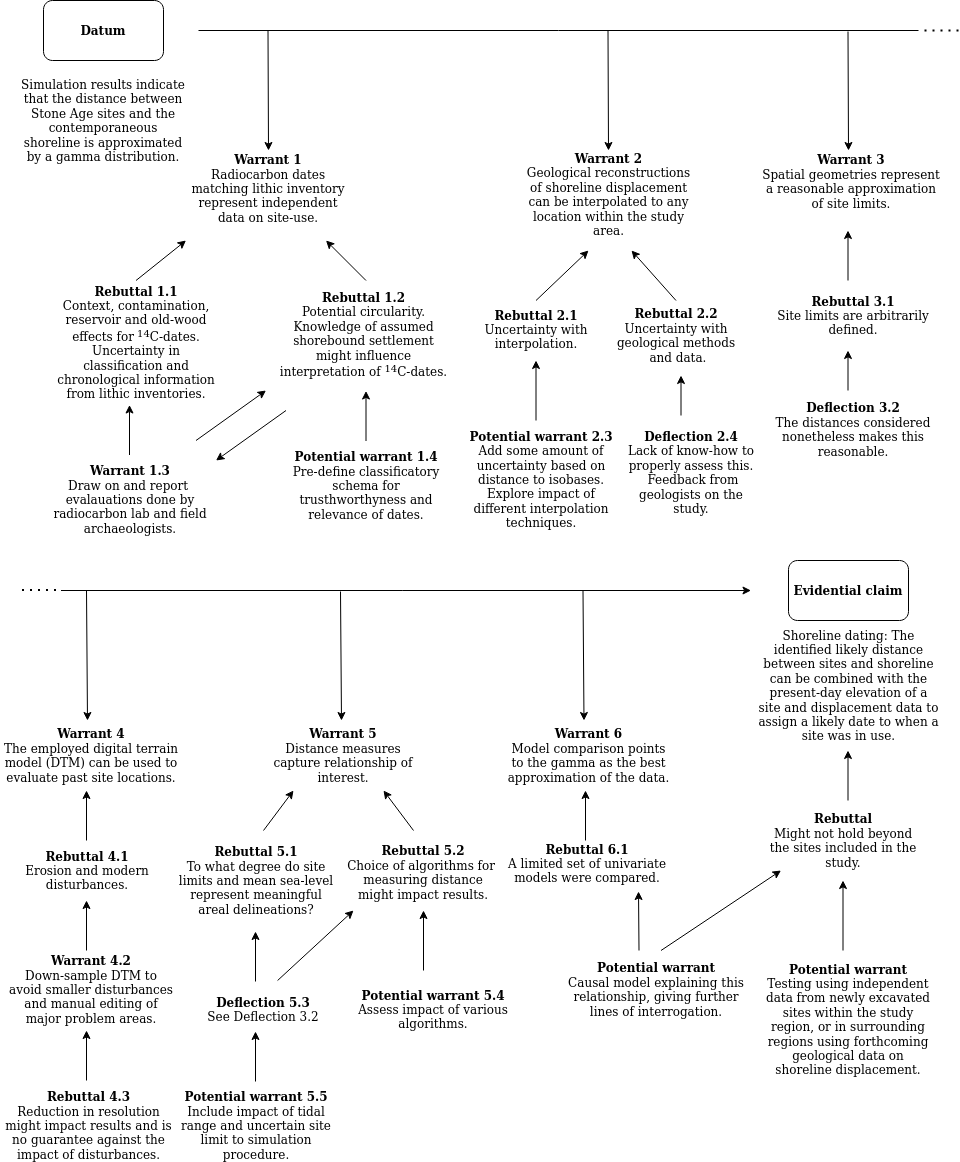
Before: figures/toulmin_p1.png, a diagram exported from draw.io (isakro/thesis). Source tidied: cells renumbered, new cells last; positions are measured from the earlier drawing's top-left corner, leaving out a move shared by most shapes.
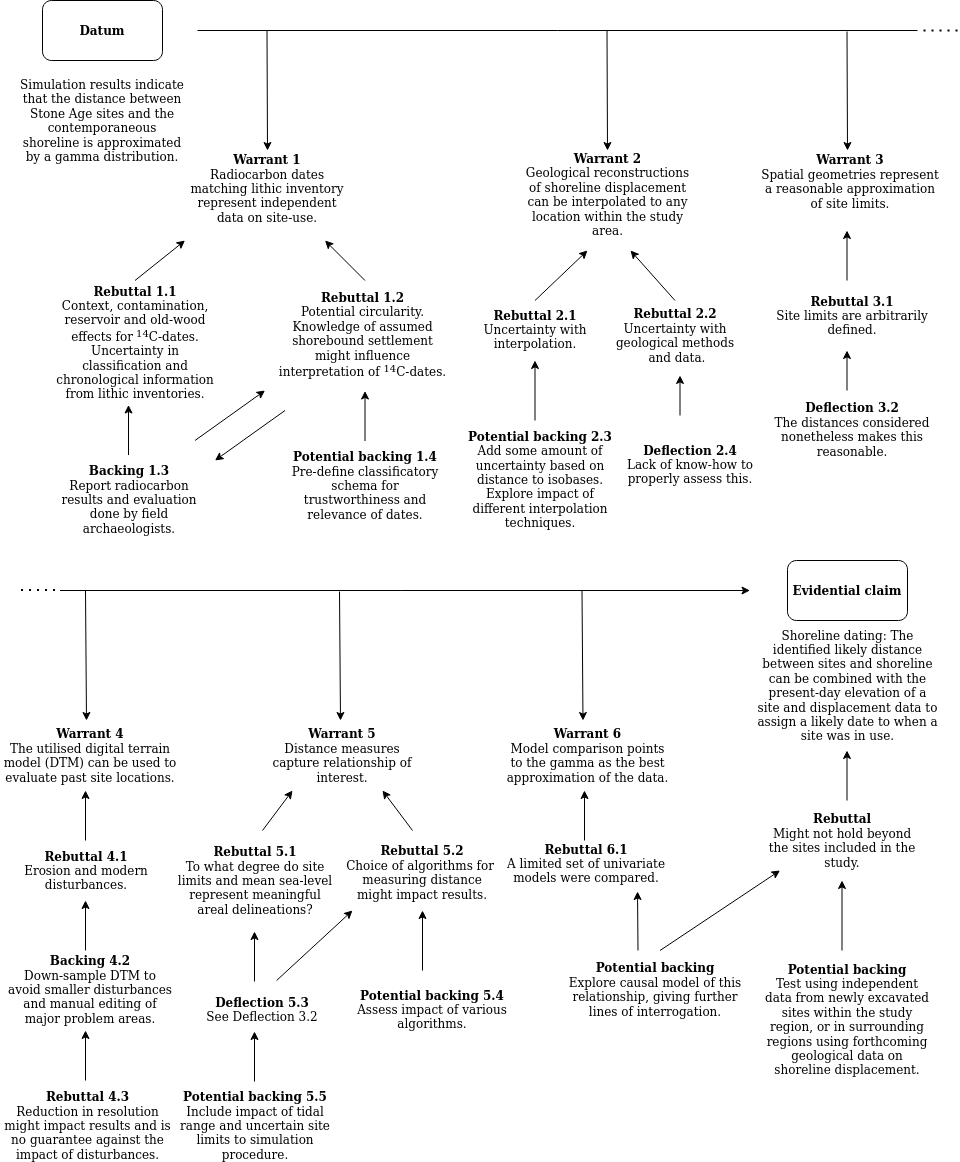
Above is the later version.

Change to the diagram source:
```diff
@@ -26,7 +26,7 @@
     <mxCell id="8" value="&lt;div&gt;&lt;b&gt;Warrant 3&lt;br&gt;&lt;/b&gt;&lt;/div&gt;&lt;div&gt;Spatial geometries represent a reasonable approximation of site limits.&lt;br&gt;&lt;/div&gt;" style="text;html=1;strokeColor=none;fillColor=none;align=center;verticalAlign=middle;whiteSpace=wrap;rounded=0;" parent="1" vertex="1">
       <mxGeometry x="760.5" y="156" width="180" height="50" as="geometry" />
     </mxCell>
-    <mxCell id="9" value="&lt;div&gt;&lt;b&gt;Warrant 4&lt;br&gt;&lt;/b&gt;&lt;/div&gt;&lt;div&gt;The employed digital terrain model (DTM) can be used to evaluate past site locations.&lt;/div&gt;" style="text;html=1;strokeColor=none;fillColor=none;align=center;verticalAlign=middle;whiteSpace=wrap;rounded=0;" parent="1" vertex="1">
+    <mxCell id="9" value="&lt;div&gt;&lt;b&gt;Warrant 4&lt;br&gt;&lt;/b&gt;&lt;/div&gt;&lt;div&gt;The utilised digital terrain model (DTM) can be used to evaluate past site locations.&lt;/div&gt;" style="text;html=1;strokeColor=none;fillColor=none;align=center;verticalAlign=middle;whiteSpace=wrap;rounded=0;" parent="1" vertex="1">
       <mxGeometry x="0.5" y="730" width="180" height="50" as="geometry" />
     </mxCell>
     <mxCell id="10" style="endArrow=classic;html=1;rounded=0;" parent="1" edge="1">
@@ -41,7 +41,7 @@
     <mxCell id="12" value="&lt;b&gt;Rebuttal 3.1&lt;br&gt;&lt;/b&gt;&lt;div&gt;Site limits are arbitrarily defined.&lt;br&gt;&lt;/div&gt;" style="text;html=1;strokeColor=none;fillColor=none;align=center;verticalAlign=middle;whiteSpace=wrap;rounded=0;" parent="1" vertex="1">
       <mxGeometry x="773" y="290" width="160" height="50" as="geometry" />
     </mxCell>
-    <mxCell id="13" value="&lt;b&gt;Warrant 1.3&lt;br&gt;&lt;/b&gt;&lt;div&gt;Draw on and report&amp;nbsp; evalauations done by radiocarbon lab and field archaeologists.&lt;/div&gt;" style="text;html=1;strokeColor=none;fillColor=none;align=center;verticalAlign=middle;whiteSpace=wrap;rounded=0;" parent="1" vertex="1">
+    <mxCell id="13" value="&lt;b&gt;Backing 1.3&lt;br&gt;&lt;/b&gt;&lt;div&gt;Report radiocarbon results and evaluation done by field archaeologists.&lt;/div&gt;" style="text;html=1;strokeColor=none;fillColor=none;align=center;verticalAlign=middle;whiteSpace=wrap;rounded=0;" parent="1" vertex="1">
       <mxGeometry x="49.5" y="474" width="160" height="50" as="geometry" />
     </mxCell>
     <mxCell id="14" value="Shoreline dating: The identified likely distance between sites and shoreline can be combined with the present-day elevation of a site and displacement data to assign a likely date to when a site was in use." style="text;html=1;strokeColor=none;fillColor=none;align=center;verticalAlign=middle;whiteSpace=wrap;rounded=0;" parent="1" vertex="1">
@@ -59,7 +59,7 @@
     <mxCell id="17" value="&lt;b&gt;Deflection 3.2&lt;br&gt;&lt;/b&gt;&lt;div&gt;The distances considered nonetheless makes this reasonable.&lt;/div&gt;" style="text;html=1;strokeColor=none;fillColor=none;align=center;verticalAlign=middle;whiteSpace=wrap;rounded=0;" parent="1" vertex="1">
       <mxGeometry x="773" y="404" width="160" height="50" as="geometry" />
     </mxCell>
-    <mxCell id="18" value="&lt;div&gt;&lt;b&gt;Potential warrant&lt;/b&gt;&lt;/div&gt;&lt;div&gt;Causal model explaining this relationship, giving further lines of interrogation. &lt;br&gt;&lt;/div&gt;" style="text;html=1;strokeColor=none;fillColor=none;align=center;verticalAlign=middle;whiteSpace=wrap;rounded=0;" parent="1" vertex="1">
+    <mxCell id="18" value="&lt;div&gt;&lt;b&gt;Potential backing&lt;/b&gt;&lt;/div&gt;&lt;div&gt;Explore causal model of this relationship, giving further lines of interrogation. &lt;br&gt;&lt;/div&gt;" style="text;html=1;strokeColor=none;fillColor=none;align=center;verticalAlign=middle;whiteSpace=wrap;rounded=0;" parent="1" vertex="1">
       <mxGeometry x="565.5" y="964" width="180" height="50" as="geometry" />
     </mxCell>
     <mxCell id="19" style="endArrow=classic;html=1;rounded=0;" parent="1" edge="1">
@@ -68,7 +68,7 @@
         <mxPoint x="780.5" y="870" as="targetPoint" />
       </mxGeometry>
     </mxCell>
-    <mxCell id="20" value="&lt;div&gt;&lt;b&gt;Potential warrant&lt;/b&gt;&lt;/div&gt;&lt;div&gt;Testing using independent data from newly excavated sites within the study region, or in surrounding regions using forthcoming geological data on shoreline displacement. &lt;br&gt;&lt;/div&gt;" style="text;html=1;strokeColor=none;fillColor=none;align=center;verticalAlign=middle;whiteSpace=wrap;rounded=0;" parent="1" vertex="1">
+    <mxCell id="20" value="&lt;div&gt;&lt;b&gt;Potential backing&lt;br&gt;&lt;/b&gt;&lt;/div&gt;&lt;div&gt;Test using independent data from newly excavated sites within the study region, or in surrounding regions using forthcoming geological data on shoreline displacement. &lt;br&gt;&lt;/div&gt;" style="text;html=1;strokeColor=none;fillColor=none;align=center;verticalAlign=middle;whiteSpace=wrap;rounded=0;" parent="1" vertex="1">
       <mxGeometry x="763" y="988" width="170" height="61" as="geometry" />
     </mxCell>
     <mxCell id="21" style="endArrow=classic;html=1;rounded=0;" parent="1" edge="1">
@@ -119,7 +119,7 @@
         <mxPoint x="215.5" y="460" as="targetPoint" />
       </mxGeometry>
     </mxCell>
-    <mxCell id="30" value="&lt;b&gt;Potential warrant 1.4&lt;br&gt;&lt;/b&gt;&lt;div&gt;Pre-define classificatory schema for trusthworthyness and relevance of dates.&lt;br&gt;&lt;/div&gt;" style="text;html=1;strokeColor=none;fillColor=none;align=center;verticalAlign=middle;whiteSpace=wrap;rounded=0;" parent="1" vertex="1">
+    <mxCell id="30" value="&lt;b&gt;Potential backing 1.4&lt;br&gt;&lt;/b&gt;&lt;div&gt;Pre-define classificatory schema for trustworthiness and relevance of dates.&lt;br&gt;&lt;/div&gt;" style="text;html=1;strokeColor=none;fillColor=none;align=center;verticalAlign=middle;whiteSpace=wrap;rounded=0;" parent="1" vertex="1">
       <mxGeometry x="285.5" y="460" width="160" height="50" as="geometry" />
     </mxCell>
     <mxCell id="31" style="endArrow=classic;html=1;rounded=0;" parent="1" edge="1">
@@ -158,7 +158,7 @@
         <mxPoint x="86" y="790" as="targetPoint" />
       </mxGeometry>
     </mxCell>
-    <mxCell id="38" value="&lt;div&gt;&lt;b&gt;Warrant 4.2&lt;br&gt;&lt;/b&gt;&lt;/div&gt;&lt;div&gt;Down-sample DTM to avoid smaller disturbances and manual editing of major problem areas.&lt;br&gt;&lt;/div&gt;" style="text;html=1;strokeColor=none;fillColor=none;align=center;verticalAlign=middle;whiteSpace=wrap;rounded=0;" parent="1" vertex="1">
+    <mxCell id="38" value="&lt;div&gt;&lt;b&gt;Backing 4.2&lt;br&gt;&lt;/b&gt;&lt;/div&gt;&lt;div&gt;Down-sample DTM to avoid smaller disturbances and manual editing of major problem areas.&lt;br&gt;&lt;/div&gt;" style="text;html=1;strokeColor=none;fillColor=none;align=center;verticalAlign=middle;whiteSpace=wrap;rounded=0;" parent="1" vertex="1">
       <mxGeometry x="5.5" y="963.5" width="170" height="50" as="geometry" />
     </mxCell>
     <mxCell id="39" style="endArrow=classic;html=1;rounded=0;" parent="1" edge="1">
@@ -214,14 +214,14 @@
         <mxPoint x="535.5" y="360" as="targetPoint" />
       </mxGeometry>
     </mxCell>
-    <mxCell id="50" value="&lt;b&gt;Potential warrant 2.3&lt;br&gt;&lt;/b&gt;&lt;div&gt;Add some amount of uncertainty based on distance to isobases. Explore impact of different interpolation techniques. &lt;br&gt;&lt;/div&gt;" style="text;html=1;strokeColor=none;fillColor=none;align=center;verticalAlign=middle;whiteSpace=wrap;rounded=0;" parent="1" vertex="1">
+    <mxCell id="50" value="&lt;b&gt;Potential backing 2.3&lt;br&gt;&lt;/b&gt;&lt;div&gt;Add some amount of uncertainty based on distance to isobases. Explore impact of different interpolation techniques. &lt;br&gt;&lt;/div&gt;" style="text;html=1;strokeColor=none;fillColor=none;align=center;verticalAlign=middle;whiteSpace=wrap;rounded=0;" parent="1" vertex="1">
       <mxGeometry x="460.5" y="454" width="160" height="50" as="geometry" />
     </mxCell>
     <mxCell id="51" value="&lt;b&gt;Rebuttal 5.1&lt;br&gt;&lt;/b&gt;&lt;div&gt;To what degree do site limits and mean sea-level represent meaningful areal delineations?&lt;/div&gt;" style="text;html=1;strokeColor=none;fillColor=none;align=center;verticalAlign=middle;whiteSpace=wrap;rounded=0;" parent="1" vertex="1">
       <mxGeometry x="175.5" y="855" width="160" height="50" as="geometry" />
     </mxCell>
-    <mxCell id="52" value="&lt;b&gt;Deflection 2.4&lt;br&gt;&lt;/b&gt;&lt;div&gt;Lack of know-how to properly assess this.&lt;br&gt;&lt;/div&gt;&amp;nbsp;Feedback from geologists on the study." style="text;html=1;strokeColor=none;fillColor=none;align=center;verticalAlign=middle;whiteSpace=wrap;rounded=0;" parent="1" vertex="1">
-      <mxGeometry x="620.5" y="443" width="140" height="58" as="geometry" />
+    <mxCell id="52" value="&lt;b&gt;Deflection 2.4&lt;br&gt;&lt;/b&gt;&lt;div&gt;Lack of know-how to properly assess this.&lt;br&gt;&lt;/div&gt;" style="text;html=1;strokeColor=none;fillColor=none;align=center;verticalAlign=middle;whiteSpace=wrap;rounded=0;" parent="1" vertex="1">
+      <mxGeometry x="620.5" y="435" width="140" height="58" as="geometry" />
     </mxCell>
     <mxCell id="53" style="endArrow=classic;html=1;rounded=0;" parent="1" edge="1">
       <mxGeometry relative="1" as="geometry">
@@ -247,7 +247,7 @@
         <mxPoint x="255" y="931" as="targetPoint" />
       </mxGeometry>
     </mxCell>
-    <mxCell id="58" value="&lt;b&gt;Potential warrant 5.5&lt;br&gt;&lt;/b&gt;&lt;div&gt;Include impact of tidal range and uncertain site limit to simulation procedure.&lt;br&gt;&lt;/div&gt;" style="text;html=1;strokeColor=none;fillColor=none;align=center;verticalAlign=middle;whiteSpace=wrap;rounded=0;" parent="1" vertex="1">
+    <mxCell id="58" value="&lt;b&gt;Potential backing 5.5&lt;br&gt;&lt;/b&gt;&lt;div&gt;Include impact of tidal range and uncertain site limits to simulation procedure.&lt;br&gt;&lt;/div&gt;" style="text;html=1;strokeColor=none;fillColor=none;align=center;verticalAlign=middle;whiteSpace=wrap;rounded=0;" parent="1" vertex="1">
       <mxGeometry x="175.5" y="1100" width="160" height="50" as="geometry" />
     </mxCell>
     <mxCell id="59" style="endArrow=classic;html=1;rounded=0;" parent="1" edge="1">
@@ -267,7 +267,7 @@
         <mxPoint x="353" y="910" as="targetPoint" />
       </mxGeometry>
     </mxCell>
-    <mxCell id="62" value="&lt;b&gt;Potential warrant 5.4&lt;br&gt;&lt;/b&gt;&lt;div&gt;Assess impact of various algorithms. &lt;br&gt;&lt;/div&gt;" style="text;html=1;strokeColor=none;fillColor=none;align=center;verticalAlign=middle;whiteSpace=wrap;rounded=0;" parent="1" vertex="1">
+    <mxCell id="62" value="&lt;b&gt;Potential backing 5.4&lt;br&gt;&lt;/b&gt;&lt;div&gt;Assess impact of various algorithms. &lt;br&gt;&lt;/div&gt;" style="text;html=1;strokeColor=none;fillColor=none;align=center;verticalAlign=middle;whiteSpace=wrap;rounded=0;" parent="1" vertex="1">
       <mxGeometry x="353" y="984" width="160" height="50" as="geometry" />
     </mxCell>
     <mxCell id="63" style="endArrow=classic;html=1;rounded=0;" parent="1" edge="1">
```
